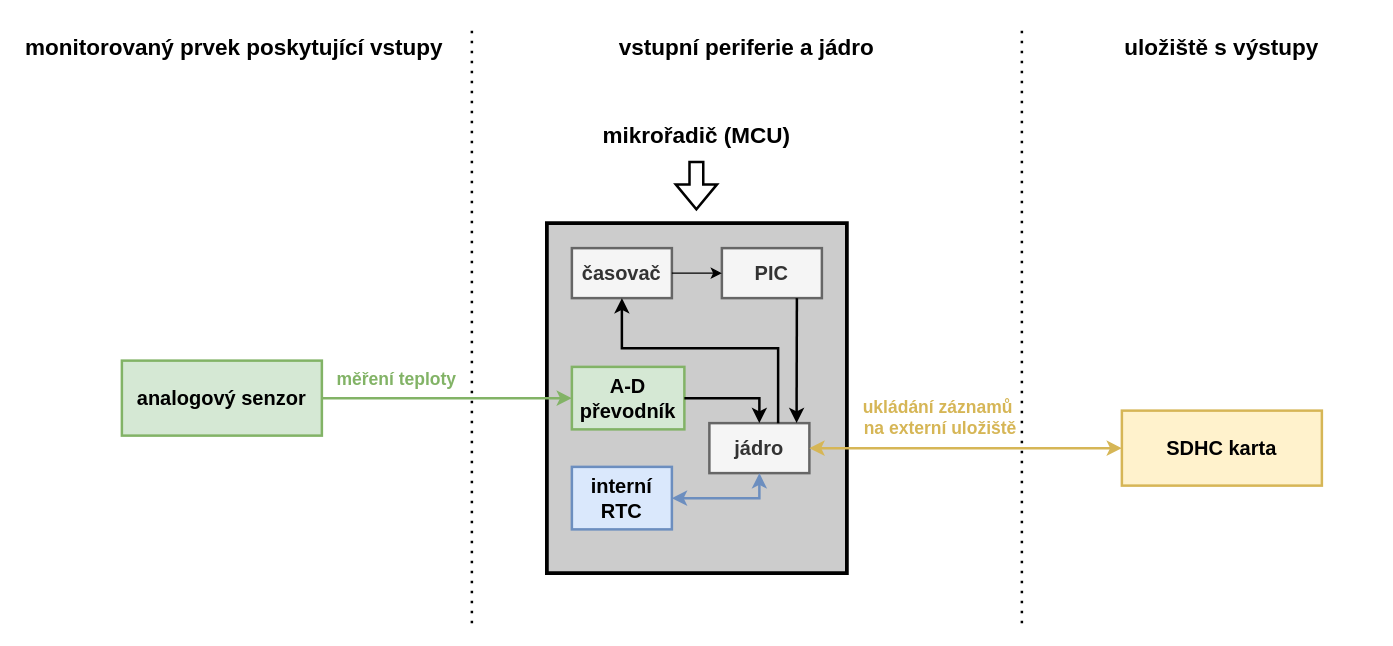
Earlier version of the draw.io diagram diagrams/recorder_mcu/recorder_mcu.drawio (Doly02/thesis). Source tidied: cells renumbered, new cells numbered last; positions are measured from the earlier drawing's top-left corner, leaving out a move shared by most shapes. Both pictures are drawn from the tidied source at 125%, with x=0, y=0 at pixel (21, 22).
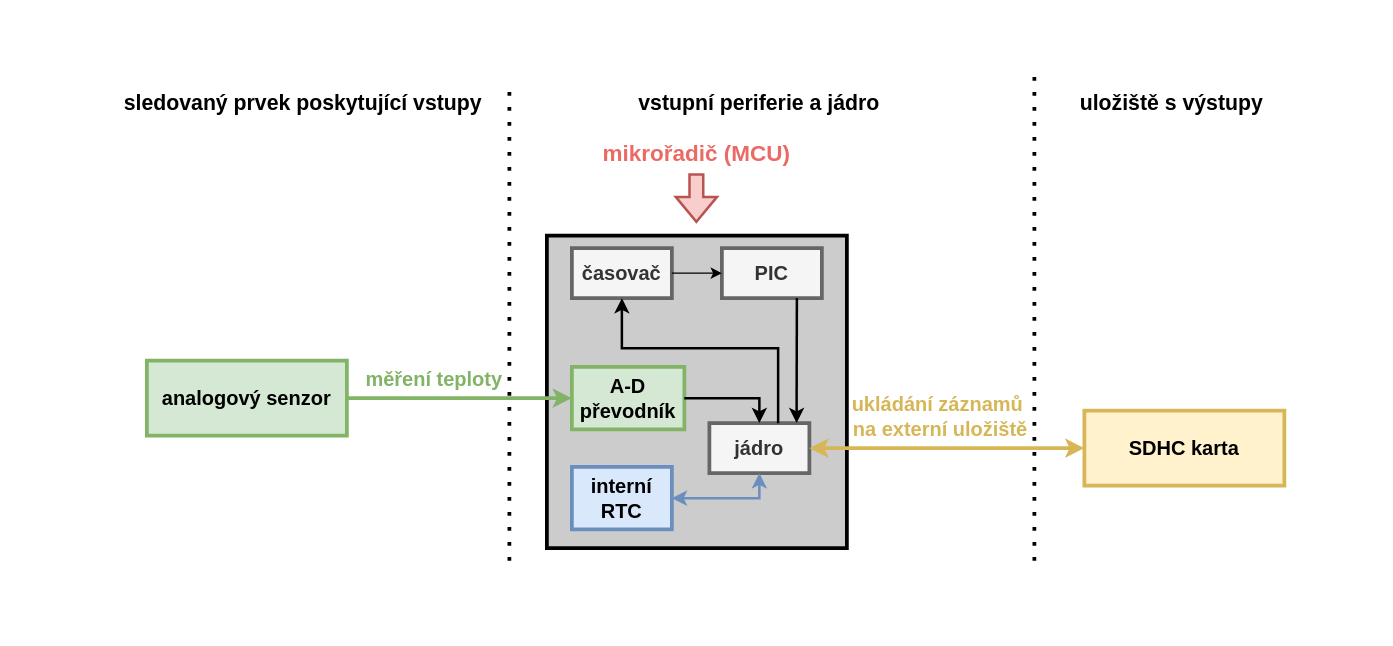
The same page after the edit.

Commit message (it also covers changes not shown here):
[TECH_REPORT] Updates Diagrams.

What changed in the source:
```diff
@@
     <mxCell id="2" style="rounded=0;whiteSpace=wrap;html=1;strokeColor=#000000;strokeWidth=3;fillColor=#CCCCCC;" parent="1" vertex="1">
-      <mxGeometry x="420" y="160" width="240" height="280" as="geometry" />
+      <mxGeometry x="420" y="170" width="240" height="250" as="geometry" />
     </mxCell>
-    <mxCell id="3" value="&lt;font style=&quot;font-size: 16px;&quot;&gt;&lt;b style=&quot;&quot;&gt;analogový senzor&lt;/b&gt;&lt;/font&gt;" style="rounded=0;whiteSpace=wrap;html=1;fillColor=#d5e8d4;strokeColor=#82b366;strokeWidth=2;" parent="1" vertex="1">
-      <mxGeometry x="80" y="270" width="160" height="60" as="geometry" />
+    <mxCell id="3" value="&lt;font style=&quot;font-size: 16px;&quot;&gt;&lt;b style=&quot;&quot;&gt;analogový senzor&lt;/b&gt;&lt;/font&gt;" style="rounded=0;whiteSpace=wrap;html=1;fillColor=#d5e8d4;strokeColor=#82b366;strokeWidth=3;" parent="1" vertex="1">
+      <mxGeometry x="100" y="270" width="160" height="60" as="geometry" />
     </mxCell>
-    <mxCell id="4" style="endArrow=classic;html=1;rounded=0;entryX=0;entryY=0.5;entryDx=0;entryDy=0;exitX=1;exitY=0.5;exitDx=0;exitDy=0;fillColor=#d5e8d4;strokeColor=#82b366;strokeWidth=2;" parent="1" edge="1" source="3" target="5">
+    <mxCell id="4" style="endArrow=classic;html=1;rounded=0;entryX=0;entryY=0.5;entryDx=0;entryDy=0;exitX=1;exitY=0.5;exitDx=0;exitDy=0;fillColor=#d5e8d4;strokeColor=#82b366;strokeWidth=3;" parent="1" edge="1" source="3" target="5">
       <mxGeometry relative="1" as="geometry" />
     </mxCell>
-    <mxCell id="5" value="&lt;font style=&quot;font-size: 16px;&quot;&gt;&lt;b style=&quot;&quot;&gt;A-D&lt;/b&gt;&lt;/font&gt;&lt;div&gt;&lt;font style=&quot;font-size: 16px;&quot;&gt;&lt;b style=&quot;&quot;&gt;převodník&lt;/b&gt;&lt;/font&gt;&lt;/div&gt;" style="rounded=0;whiteSpace=wrap;html=1;fillColor=#d5e8d4;strokeColor=#82b366;strokeWidth=2;" parent="1" vertex="1">
+    <mxCell id="5" value="&lt;font style=&quot;font-size: 16px;&quot;&gt;&lt;b style=&quot;&quot;&gt;A-D&lt;/b&gt;&lt;/font&gt;&lt;div&gt;&lt;font style=&quot;font-size: 16px;&quot;&gt;&lt;b style=&quot;&quot;&gt;převodník&lt;/b&gt;&lt;/font&gt;&lt;/div&gt;" style="rounded=0;whiteSpace=wrap;html=1;fillColor=#d5e8d4;strokeColor=#82b366;strokeWidth=3;" parent="1" vertex="1">
       <mxGeometry x="440" y="275" width="90" height="50" as="geometry" />
     </mxCell>
-    <mxCell id="6" value="&lt;b style=&quot;&quot;&gt;&lt;font style=&quot;font-size: 16px;&quot;&gt;interní&lt;/font&gt;&lt;/b&gt;&lt;div&gt;&lt;b style=&quot;&quot;&gt;&lt;font style=&quot;font-size: 16px;&quot;&gt;RTC&lt;/font&gt;&lt;/b&gt;&lt;/div&gt;" style="rounded=0;whiteSpace=wrap;html=1;fillColor=#dae8fc;strokeColor=#6c8ebf;strokeWidth=2;" parent="1" vertex="1">
+    <mxCell id="6" value="&lt;b style=&quot;&quot;&gt;&lt;font style=&quot;font-size: 16px;&quot;&gt;interní&lt;/font&gt;&lt;/b&gt;&lt;div&gt;&lt;b style=&quot;&quot;&gt;&lt;font style=&quot;font-size: 16px;&quot;&gt;RTC&lt;/font&gt;&lt;/b&gt;&lt;/div&gt;" style="rounded=0;whiteSpace=wrap;html=1;fillColor=#dae8fc;strokeColor=#6c8ebf;strokeWidth=3;" parent="1" vertex="1">
       <mxGeometry x="440" y="355" width="80" height="50" as="geometry" />
     </mxCell>
-    <mxCell id="7" value="&lt;font style=&quot;font-size: 16px;&quot;&gt;&lt;b style=&quot;&quot;&gt;SDHC karta&lt;/b&gt;&lt;/font&gt;" style="rounded=0;whiteSpace=wrap;html=1;fillColor=#fff2cc;strokeColor=#d6b656;strokeWidth=2;" parent="1" vertex="1">
-      <mxGeometry x="880" y="310" width="160" height="60" as="geometry" />
+    <mxCell id="7" value="&lt;font style=&quot;font-size: 16px;&quot;&gt;&lt;b style=&quot;&quot;&gt;SDHC karta&lt;/b&gt;&lt;/font&gt;" style="rounded=0;whiteSpace=wrap;html=1;fillColor=#fff2cc;strokeColor=#d6b656;strokeWidth=3;" parent="1" vertex="1">
+      <mxGeometry x="850" y="310" width="160" height="60" as="geometry" />
     </mxCell>
-    <mxCell id="8" value="&lt;font style=&quot;font-size: 16px;&quot;&gt;&lt;b style=&quot;&quot;&gt;jádro&lt;/b&gt;&lt;/font&gt;" style="rounded=0;whiteSpace=wrap;html=1;fillColor=#f5f5f5;fontColor=#333333;strokeColor=#666666;strokeWidth=2;" parent="1" vertex="1">
+    <mxCell id="8" value="&lt;font style=&quot;font-size: 16px;&quot;&gt;&lt;b style=&quot;&quot;&gt;jádro&lt;/b&gt;&lt;/font&gt;" style="rounded=0;whiteSpace=wrap;html=1;fillColor=#f5f5f5;fontColor=#333333;strokeColor=#666666;strokeWidth=3;" parent="1" vertex="1">
       <mxGeometry x="550" y="320" width="80" height="40" as="geometry" />
     </mxCell>
@@
-    <mxCell id="11" value="&lt;font style=&quot;font-size: 16px;&quot;&gt;&lt;b style=&quot;&quot;&gt;časovač&lt;/b&gt;&lt;/font&gt;" style="rounded=0;whiteSpace=wrap;html=1;fillColor=#f5f5f5;fontColor=#333333;strokeColor=#666666;strokeWidth=2;" parent="1" vertex="1">
+    <mxCell id="11" value="&lt;font style=&quot;font-size: 16px;&quot;&gt;&lt;b style=&quot;&quot;&gt;časovač&lt;/b&gt;&lt;/font&gt;" style="rounded=0;whiteSpace=wrap;html=1;fillColor=#f5f5f5;fontColor=#333333;strokeColor=#666666;strokeWidth=3;" parent="1" vertex="1">
       <mxGeometry x="440" y="180" width="80" height="40" as="geometry" />
     </mxCell>
@@
-    <mxCell id="13" value="&lt;font style=&quot;font-size: 16px;&quot;&gt;&lt;b style=&quot;&quot;&gt;PIC&lt;/b&gt;&lt;/font&gt;" style="rounded=0;whiteSpace=wrap;html=1;fillColor=#f5f5f5;fontColor=#333333;strokeColor=#666666;strokeWidth=2;" parent="1" vertex="1">
+    <mxCell id="13" value="&lt;font style=&quot;font-size: 16px;&quot;&gt;&lt;b style=&quot;&quot;&gt;PIC&lt;/b&gt;&lt;/font&gt;" style="rounded=0;whiteSpace=wrap;html=1;fillColor=#f5f5f5;fontColor=#333333;strokeColor=#666666;strokeWidth=3;" parent="1" vertex="1">
       <mxGeometry x="560" y="180" width="80" height="40" as="geometry" />
     </mxCell>
@@
-    <mxCell id="16" style="shape=flexArrow;endArrow=classic;html=1;rounded=0;strokeColor=#000000;strokeWidth=2;" parent="1" edge="1">
+    <mxCell id="16" style="shape=flexArrow;endArrow=classic;html=1;rounded=0;strokeColor=#b85450;strokeWidth=2;fillColor=#f8cecc;" parent="1" edge="1">
       <mxGeometry relative="1" as="geometry">
-        <mxPoint x="539.6" y="110" as="sourcePoint" />
-        <mxPoint x="539.6" y="150" as="targetPoint" />
+        <mxPoint x="539.6" y="120" as="sourcePoint" />
+        <mxPoint x="539.6" y="160" as="targetPoint" />
       </mxGeometry>
     </mxCell>
-    <mxCell id="17" value="&lt;b&gt;&lt;font style=&quot;color: rgb(0, 0, 0); font-size: 18px;&quot;&gt;mikrořadič (MCU)&lt;/font&gt;&lt;/b&gt;" style="text;html=1;align=center;verticalAlign=middle;whiteSpace=wrap;rounded=0;" parent="1" vertex="1">
-      <mxGeometry x="450" y="70" width="180" height="40" as="geometry" />
+    <mxCell id="17" value="&lt;b&gt;&lt;font style=&quot;font-size: 18px; color: rgb(234, 107, 102);&quot;&gt;mikrořadič (MCU)&lt;/font&gt;&lt;/b&gt;" style="text;html=1;align=center;verticalAlign=middle;whiteSpace=wrap;rounded=0;" parent="1" vertex="1">
+      <mxGeometry x="450" y="90" width="180" height="30" as="geometry" />
     </mxCell>
-    <mxCell id="18" value="&lt;font style=&quot;font-size: 14px;&quot;&gt;&lt;b&gt;měření teploty&lt;/b&gt;&lt;/font&gt;" style="text;html=1;align=center;verticalAlign=middle;whiteSpace=wrap;rounded=0;fillColor=none;strokeColor=none;fontColor=#82B366;" parent="1" vertex="1">
-      <mxGeometry x="200" y="270" width="200" height="30" as="geometry" />
+    <mxCell id="18" value="&lt;font style=&quot;font-size: 16px;&quot;&gt;&lt;b style=&quot;&quot;&gt;měření teploty&lt;/b&gt;&lt;/font&gt;" style="text;html=1;align=center;verticalAlign=middle;whiteSpace=wrap;rounded=0;fillColor=none;strokeColor=none;fontColor=#82B366;" parent="1" vertex="1">
+      <mxGeometry x="250" y="270" width="160" height="30" as="geometry" />
     </mxCell>
-    <mxCell id="19" style="endArrow=classic;startArrow=classic;html=1;rounded=0;entryX=0;entryY=0.5;entryDx=0;entryDy=0;fillColor=#fff2cc;strokeColor=#d6b656;strokeWidth=2;" parent="1" edge="1" target="7">
+    <mxCell id="19" style="endArrow=classic;startArrow=classic;html=1;rounded=0;entryX=0;entryY=0.5;entryDx=0;entryDy=0;fillColor=#fff2cc;strokeColor=#d6b656;strokeWidth=3;" parent="1" edge="1" target="7">
       <mxGeometry relative="1" as="geometry">
         <mxPoint x="630" y="340" as="sourcePoint" />
       </mxGeometry>
     </mxCell>
-    <mxCell id="20" value="&lt;font style=&quot;color: rgb(214, 182, 86); font-size: 14px;&quot;&gt;&lt;b&gt;&lt;font style=&quot;&quot;&gt;ukládání&amp;nbsp;&lt;/font&gt;&lt;span style=&quot;background-color: transparent;&quot;&gt;záznamů&amp;nbsp;&lt;/span&gt;&lt;/b&gt;&lt;/font&gt;&lt;div&gt;&lt;font style=&quot;color: rgb(214, 182, 86); font-size: 14px;&quot;&gt;&lt;b&gt;&lt;span style=&quot;background-color: transparent;&quot;&gt;na externí uložiště&lt;/span&gt;&lt;/b&gt;&lt;/font&gt;&lt;/div&gt;" style="text;html=1;align=center;verticalAlign=middle;whiteSpace=wrap;rounded=0;fillColor=none;strokeColor=none;fontColor=#82B366;" parent="1" vertex="1">
+    <mxCell id="20" value="&lt;font style=&quot;color: rgb(214, 182, 86); font-size: 16px;&quot;&gt;&lt;b style=&quot;&quot;&gt;&lt;font style=&quot;&quot;&gt;ukládání&amp;nbsp;&lt;/font&gt;&lt;span style=&quot;background-color: transparent;&quot;&gt;záznamů&amp;nbsp;&lt;/span&gt;&lt;/b&gt;&lt;/font&gt;&lt;div&gt;&lt;font style=&quot;color: rgb(214, 182, 86); font-size: 16px;&quot;&gt;&lt;b style=&quot;&quot;&gt;&lt;span style=&quot;background-color: transparent;&quot;&gt;na externí uložiště&lt;/span&gt;&lt;/b&gt;&lt;/font&gt;&lt;/div&gt;" style="text;html=1;align=center;verticalAlign=middle;whiteSpace=wrap;rounded=0;fillColor=none;strokeColor=none;fontColor=#82B366;" parent="1" vertex="1">
       <mxGeometry x="660" y="290" width="150" height="50" as="geometry" />
     </mxCell>
-    <mxCell id="21" style="endArrow=none;dashed=1;html=1;dashPattern=1 3;strokeWidth=2;rounded=0;" parent="1" edge="1">
+    <mxCell id="21" style="endArrow=none;dashed=1;html=1;dashPattern=1 3;strokeWidth=3;rounded=0;" parent="1" edge="1">
       <mxGeometry relative="1" as="geometry">
-        <mxPoint x="360" y="480" as="sourcePoint" />
-        <mxPoint x="360" as="targetPoint" />
+        <mxPoint x="390" y="430" as="sourcePoint" />
+        <mxPoint x="390" y="50" as="targetPoint" />
       </mxGeometry>
     </mxCell>
-    <mxCell id="22" style="endArrow=none;dashed=1;html=1;dashPattern=1 3;strokeWidth=2;rounded=0;" parent="1" edge="1">
-      <mxGeometry relative="1" as="geometry">
-        <mxPoint x="800" y="480" as="sourcePoint" />
-        <mxPoint x="800" as="targetPoint" />
-      </mxGeometry>
-    </mxCell>
-    <mxCell id="23" value="&lt;font style=&quot;font-size: 18px;&quot;&gt;&lt;b style=&quot;&quot;&gt;monitorovaný prvek poskytující vstupy&lt;/b&gt;&lt;/font&gt;" style="text;html=1;align=center;verticalAlign=middle;whiteSpace=wrap;rounded=0;" parent="1" vertex="1">
-      <mxGeometry width="340" height="40" as="geometry" />
+    <mxCell id="23" value="&lt;font style=&quot;font-size: 17px;&quot;&gt;&lt;b style=&quot;&quot;&gt;sledovaný prvek poskytující vstupy&lt;/b&gt;&lt;/font&gt;" style="text;html=1;align=left;verticalAlign=middle;whiteSpace=wrap;rounded=0;" parent="1" vertex="1">
+      <mxGeometry x="80" y="50" width="310" height="30" as="geometry" />
     </mxCell>
-    <mxCell id="24" value="&lt;font style=&quot;font-size: 18px;&quot;&gt;&lt;b style=&quot;&quot;&gt;vstupní periferie a jádro&lt;/b&gt;&lt;/font&gt;" style="text;html=1;align=center;verticalAlign=middle;whiteSpace=wrap;rounded=0;" parent="1" vertex="1">
-      <mxGeometry x="400" width="360" height="40" as="geometry" />
+    <mxCell id="24" value="&lt;font style=&quot;font-size: 17px;&quot;&gt;&lt;b style=&quot;&quot;&gt;vstupní periferie a jádro&lt;/b&gt;&lt;/font&gt;" style="text;html=1;align=center;verticalAlign=middle;whiteSpace=wrap;rounded=0;" parent="1" vertex="1">
+      <mxGeometry x="410" y="50" width="360" height="30" as="geometry" />
     </mxCell>
-    <mxCell id="25" value="&lt;font style=&quot;font-size: 18px;&quot;&gt;&lt;b style=&quot;&quot;&gt;uložiště s výstupy&lt;/b&gt;&lt;/font&gt;" style="text;html=1;align=center;verticalAlign=middle;whiteSpace=wrap;rounded=0;" parent="1" vertex="1">
-      <mxGeometry x="840" width="240" height="40" as="geometry" />
+    <mxCell id="25" value="&lt;font style=&quot;font-size: 17px;&quot;&gt;&lt;b style=&quot;&quot;&gt;uložiště s výstupy&lt;/b&gt;&lt;/font&gt;" style="text;html=1;align=center;verticalAlign=middle;whiteSpace=wrap;rounded=0;" parent="1" vertex="1">
+      <mxGeometry x="820" y="50" width="200" height="30" as="geometry" />
     </mxCell>
+    <mxCell id="26" style="endArrow=none;dashed=1;html=1;dashPattern=1 3;strokeWidth=3;rounded=0;" parent="1" edge="1">
+      <mxGeometry relative="1" as="geometry">
+        <mxPoint x="810" y="430" as="sourcePoint" />
+        <mxPoint x="810" y="40" as="targetPoint" />
+      </mxGeometry>
+    </mxCell>
```
